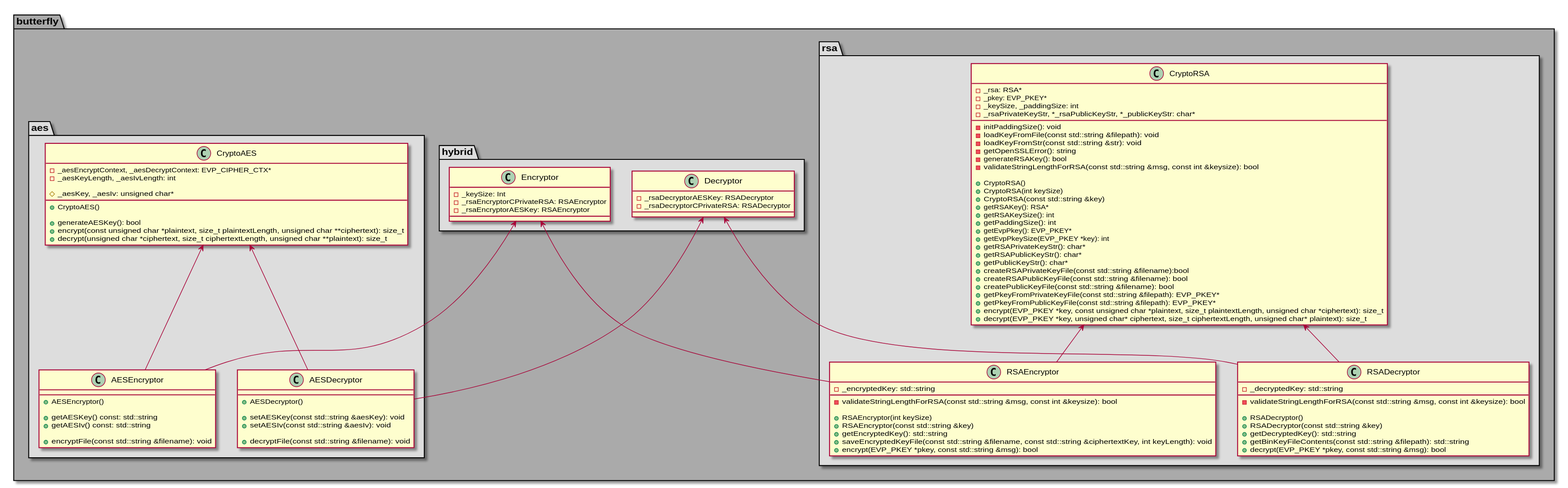
Before: architecture/class_diagrams/crypto/hybrid.svg, a diagram exported from PlantUML (bierschi/butterfly).
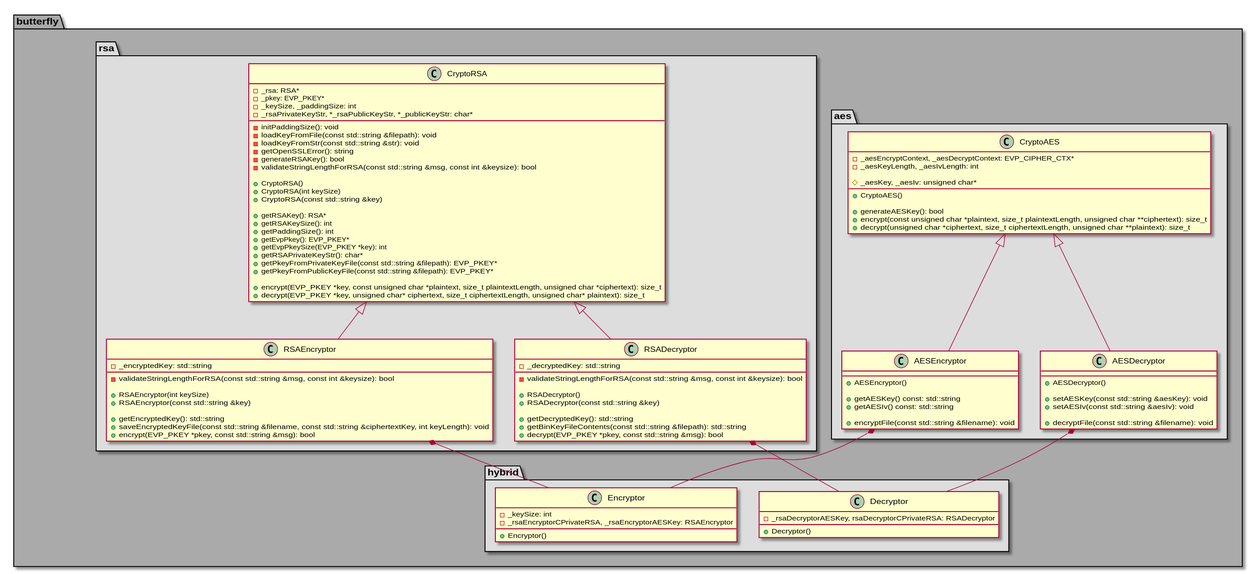
After the commit.

Commit message:
Updated the architecture section

Change to the diagram source:
```diff
@@ -5,137 +5,142 @@
 
 package aes #DDDDDD
 {
+    class CryptoAES {
+        -_aesEncryptContext, _aesDecryptContext: EVP_CIPHER_CTX*
+        -_aesKeyLength, _aesIvLength: int
 
-class CryptoAES
-{
-    -_aesEncryptContext, _aesDecryptContext: EVP_CIPHER_CTX*
-    -_aesKeyLength, _aesIvLength: int
+        #_aesKey, _aesIv: unsigned char*
 
-    #_aesKey, _aesIv: unsigned char*
+        +CryptoAES()
 
-    +CryptoAES()
+        +generateAESKey(): bool
+        +encrypt(const unsigned char *plaintext, size_t plaintextLength, unsigned char **ciphertext): size_t
+        +decrypt(unsigned char *ciphertext, size_t ciphertextLength, unsigned char **plaintext): size_t
+    }
 
-    +generateAESKey(): bool
-    +encrypt(const unsigned char *plaintext, size_t plaintextLength, unsigned char **ciphertext): size_t
-    +decrypt(unsigned char *ciphertext, size_t ciphertextLength, unsigned char **plaintext): size_t
-}
+    class AESEncryptor {
 
-class AESEncryptor
-{
-    +AESEncryptor()
+        +AESEncryptor()
 
-    +getAESKey() const: std::string
-    +getAESIv() const: std::string
+        +getAESKey() const: std::string
+        +getAESIv() const: std::string
 
-    +encryptFile(const std::string &filename): void
+        +encryptFile(const std::string &filename): void
+    }
 
-}
+    class AESDecryptor {
 
-class AESDecryptor
-{
-    +AESDecryptor()
+        +AESDecryptor()
 
-    +setAESKey(const std::string &aesKey): void
-    +setAESIv(const std::string &aesIv): void
+        +setAESKey(const std::string &aesKey): void
+        +setAESIv(const std::string &aesIv): void
 
-    +decryptFile(const std::string &filename): void
-}
+        +decryptFile(const std::string &filename): void
+    }
 
-CryptoAES <-- AESEncryptor
-CryptoAES <-- AESDecryptor
 }
 
 package rsa #DDDDDD
 {
+    class CryptoRSA {
+        -_rsa: RSA*
+        -_pkey: EVP_PKEY*
+        -_keySize, _paddingSize: int
+        -_rsaPrivateKeyStr, *_rsaPublicKeyStr, *_publicKeyStr: char*
 
-class CryptoRSA
-{
-    -_rsa: RSA*
-    -_pkey: EVP_PKEY*
-    -_keySize, _paddingSize: int
-    -_rsaPrivateKeyStr, *_rsaPublicKeyStr, *_publicKeyStr: char*
+        -initPaddingSize(): void
+        -loadKeyFromFile(const std::string &filepath): void
+        -loadKeyFromStr(const std::string &str): void
+        -getOpenSSLError(): string
+        -generateRSAKey(): bool
+        -validateStringLengthForRSA(const std::string &msg, const int &keysize): bool
 
-    -initPaddingSize(): void
-    -loadKeyFromFile(const std::string &filepath): void
-    -loadKeyFromStr(const std::string &str): void
-    -getOpenSSLError(): string
-    -generateRSAKey(): bool
-    -validateStringLengthForRSA(const std::string &msg, const int &keysize): bool
+        +CryptoRSA()
+        +CryptoRSA(int keySize)
+        +CryptoRSA(const std::string &key)
 
-    +CryptoRSA()
-    +CryptoRSA(int keySize)
-    +CryptoRSA(const std::string &key)
-    +getRSAKey(): RSA*
-    +getRSAKeySize(): int
-    +getPaddingSize(): int
-    +getEvpPkey(): EVP_PKEY*
-    +getEvpPkeySize(EVP_PKEY *key): int
-    +getRSAPrivateKeyStr(): char*
-    +getRSAPublicKeyStr(): char*
-    +getPublicKeyStr(): char*
-    +createRSAPrivateKeyFile(const std::string &filename):bool
-    +createRSAPublicKeyFile(const std::string &filename): bool
-    +createPublicKeyFile(const std::string &filename): bool
-    +getPkeyFromPrivateKeyFile(const std::string &filepath): EVP_PKEY*
-    +getPkeyFromPublicKeyFile(const std::string &filepath): EVP_PKEY*
-    +encrypt(EVP_PKEY *key, const unsigned char *plaintext, size_t plaintextLength, unsigned char *ciphertext): size_t
-    +decrypt(EVP_PKEY *key, unsigned char* ciphertext, size_t ciphertextLength, unsigned char* plaintext): size_t
-}
+        +getRSAKey(): RSA*
+        +getRSAKeySize(): int
+        +getPaddingSize(): int
+        +getEvpPkey(): EVP_PKEY*
+        +getEvpPkeySize(EVP_PKEY *key): int
+        +getRSAPrivateKeyStr(): char*
+        +getPkeyFromPrivateKeyFile(const std::string &filepath): EVP_PKEY*
+        +getPkeyFromPublicKeyFile(const std::string &filepath): EVP_PKEY*
 
-class RSAEncryptor
-{
-    -_encryptedKey: std::string
+        +encrypt(EVP_PKEY *key, const unsigned char *plaintext, size_t plaintextLength, unsigned char *ciphertext): size_t
+        +decrypt(EVP_PKEY *key, unsigned char* ciphertext, size_t ciphertextLength, unsigned char* plaintext): size_t
+    }
+    class RSAEncryptor {
+        -_encryptedKey: std::string
 
-    -validateStringLengthForRSA(const std::string &msg, const int &keysize): bool
+        -validateStringLengthForRSA(const std::string &msg, const int &keysize): bool
 
-    +RSAEncryptor(int keySize)
-    +RSAEncryptor(const std::string &key)
-    +getEncryptedKey(): std::string
-    +saveEncryptedKeyFile(const std::string &filename, const std::string &ciphertextKey, int keyLength): void
-    +encrypt(EVP_PKEY *pkey, const std::string &msg): bool
-}
+        +RSAEncryptor(int keySize)
+        +RSAEncryptor(const std::string &key)
 
-class RSADecryptor
-{
-    -_decryptedKey: std::string
-    -validateStringLengthForRSA(const std::string &msg, const int &keysize): bool
+        +getEncryptedKey(): std::string
+        +saveEncryptedKeyFile(const std::string &filename, const std::string &ciphertextKey, int keyLength): void
+        +encrypt(EVP_PKEY *pkey, const std::string &msg): bool
+    }
+    class RSADecryptor {
 
-    +RSADecryptor()
-    +RSADecryptor(const std::string &key)
-    +getDecryptedKey(): std::string
-    +getBinKeyFileContents(const std::string &filepath): std::string
-    +decrypt(EVP_PKEY *pkey, const std::string &msg): bool
-}
+        -_decryptedKey: std::string
+        -validateStringLengthForRSA(const std::string &msg, const int &keysize): bool
 
-CryptoRSA <-- RSAEncryptor
-CryptoRSA <-- RSADecryptor
+        +RSADecryptor()
+        +RSADecryptor(const std::string &key)
 
+        +getDecryptedKey(): std::string
+        +getBinKeyFileContents(const std::string &filepath): std::string
+        +decrypt(EVP_PKEY *pkey, const std::string &msg): bool
+    }
 }
 
 package hybrid #DDDDDD
 {
+    class Encryptor {
+        - _keySize: int
+        - _rsaEncryptorCPrivateRSA, _rsaEncryptorAESKey: RSAEncryptor
 
-class Encryptor
-{
-    - _keySize: Int
-    - _rsaEncryptorCPrivateRSA: RSAEncryptor
-    - _rsaEncryptorAESKey: RSAEncryptor
+        +Encryptor()
+
+    }
+    class Decryptor {
+        -_rsaDecryptorAESKey, rsaDecryptorCPrivateRSA: RSADecryptor
+
+        +Decryptor()
+    }
 }
 
-class Decryptor
-{
-
-    -_rsaDecryptorAESKey: RSADecryptor
-    -_rsaDecryptorCPrivateRSA: RSADecryptor
+together {
+  class CryptoRSA
+  class CryptoAES
 }
 
-Encryptor <-- AESEncryptor
-Encryptor <-- RSAEncryptor
+together {
+class RSAEncryptor
+class RSADecryptor
+class AESEncryptor
+class AESDecryptor
+}
 
-Decryptor <-- AESDecryptor
-Decryptor <-- RSADecryptor
+together {
+  class Encryptor
+  class Decryptor
+}
 
-}
+CryptoRSA <|-- RSAEncryptor
+CryptoRSA <|-- RSADecryptor
+
+CryptoAES <|-- AESEncryptor
+CryptoAES <|-- AESDecryptor
+
+RSAEncryptor *-- Encryptor
+AESEncryptor *-- Encryptor
+
+RSADecryptor *-- Decryptor
+AESDecryptor *-- Decryptor
 
 }
 @enduml
```
